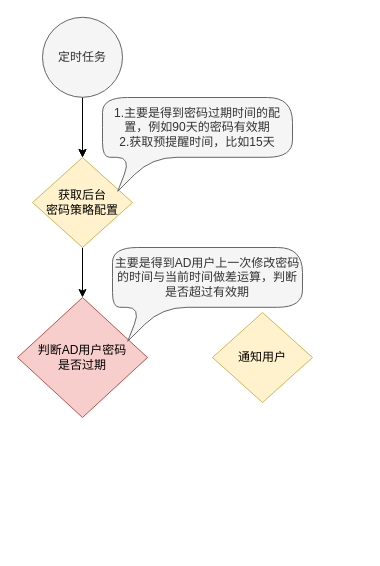
Before: page "temp 的副本" (3 of 6) of typora/test.drawio in LDChing0321/JavaLearn, a draw.io diagram. Source tidied: cells renumbered, new cells numbered last; positions are measured from the earlier drawing's top-left corner, leaving out a move shared by most shapes. Both pictures are drawn from the tidied source at 100%, with x=0, y=0 at pixel (17, 17).
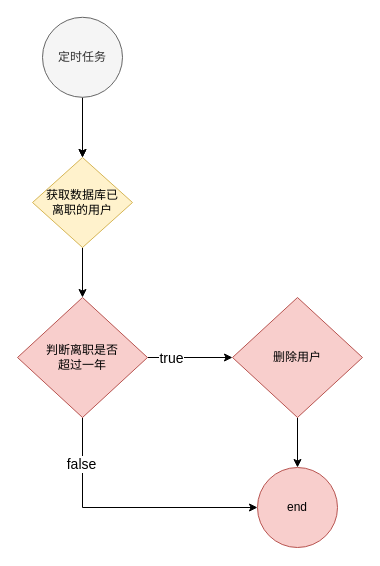
The same diagram, later.

Diff of the diagram source:
```diff
@@
 <mxGraphModel>
   <root>
     <mxCell id="0" />
     <mxCell id="1" parent="0" />
     <mxCell id="2" style="edgeStyle=none;rounded=0;orthogonalLoop=1;jettySize=auto;html=1;" parent="1" edge="1">
       <mxGeometry relative="1" as="geometry">
         <mxPoint x="65" y="83.8" as="sourcePoint" />
         <mxPoint x="65" y="140" as="targetPoint" />
       </mxGeometry>
     </mxCell>
     <mxCell id="3" style="edgeStyle=none;rounded=0;jettySize=auto;html=1;exitX=0.5;exitY=1;exitDx=0;exitDy=0;" parent="1" edge="1" source="4">
       <mxGeometry relative="1" as="geometry">
         <mxPoint x="65" y="140" as="targetPoint" />
       </mxGeometry>
     </mxCell>
     <mxCell id="4" value="定时任务" style="ellipse;whiteSpace=wrap;html=1;fillColor=#f5f5f5;fontColor=#333333;strokeColor=#666666;" parent="1" vertex="1">
       <mxGeometry x="25" y="-0.2" width="80" height="80" as="geometry" />
     </mxCell>
     <mxCell id="5" style="edgeStyle=none;rounded=0;jettySize=auto;html=1;fontSize=14;" parent="1" edge="1" source="6" target="8">
       <mxGeometry relative="1" as="geometry" />
     </mxCell>
-    <mxCell id="6" value="获取后台&lt;br&gt;密码策略配置" style="rhombus;whiteSpace=wrap;html=1;fillColor=#fff2cc;strokeColor=#d6b656;" parent="1" vertex="1">
+    <mxCell id="6" value="获取数据库已&lt;br&gt;离职的用户" style="rhombus;whiteSpace=wrap;html=1;fillColor=#fff2cc;strokeColor=#d6b656;" parent="1" vertex="1">
       <mxGeometry x="15" y="140" width="100" height="90" as="geometry" />
     </mxCell>
-    <mxCell id="7" value="1.主要是得到密码过期时间的配置，例如90天的密码有效期&lt;br&gt;2.获取预提醒时间，比如15天" style="shape=callout;whiteSpace=wrap;html=1;perimeter=calloutPerimeter;position2=0.08;fillColor=#f5f5f5;fontColor=#333333;strokeColor=#666666;size=34;position=0.15;rounded=1;base=21;arcSize=50;" parent="1" vertex="1">
-      <mxGeometry x="85" y="80" width="190" height="93.8" as="geometry" />
-    </mxCell>
+    <mxCell id="11" style="edgeStyle=none;rounded=0;jettySize=auto;html=1;fontSize=14;" parent="1" edge="1" source="8">
+      <mxGeometry relative="1" as="geometry">
+        <mxPoint x="215" y="340" as="targetPoint" />
+      </mxGeometry>
+    </mxCell>
+    <mxCell id="12" value="true" style="edgeLabel;html=1;align=center;verticalAlign=middle;fontSize=14;" parent="11" vertex="1">
+      <mxGeometry x="-0.49" relative="1" as="geometry">
+        <mxPoint x="1" as="offset" />
+      </mxGeometry>
+    </mxCell>
+    <mxCell id="13" style="edgeStyle=orthogonalEdgeStyle;rounded=0;jettySize=auto;html=1;exitX=0.5;exitY=1;exitDx=0;exitDy=0;entryX=0;entryY=0.5;entryDx=0;entryDy=0;fontSize=14;" parent="1" edge="1" source="8" target="17">
+      <mxGeometry relative="1" as="geometry" />
+    </mxCell>
+    <mxCell id="14" value="false" style="edgeLabel;html=1;align=center;verticalAlign=middle;fontSize=14;" parent="13" vertex="1">
+      <mxGeometry x="-0.65" y="-2" relative="1" as="geometry" />
+    </mxCell>
-    <mxCell id="8" value="判断AD用户密码&lt;br&gt;是否过期" style="rhombus;whiteSpace=wrap;html=1;fillColor=#f8cecc;strokeColor=#b85450;" parent="1" vertex="1">
+    <mxCell id="8" value="判断离职是否&lt;br&gt;超过一年" style="rhombus;whiteSpace=wrap;html=1;fillColor=#f8cecc;strokeColor=#b85450;" parent="1" vertex="1">
       <mxGeometry y="280" width="130" height="120" as="geometry" />
     </mxCell>
-    <mxCell id="9" value="主要是得到AD用户上一次修改密码的时间与当前时间做差运算，判断是否超过有效期" style="shape=callout;whiteSpace=wrap;html=1;perimeter=calloutPerimeter;position2=0.08;fillColor=#f5f5f5;fontColor=#333333;strokeColor=#666666;size=34;position=0.15;rounded=1;base=21;arcSize=50;" parent="1" vertex="1">
-      <mxGeometry x="95" y="230" width="190" height="93.8" as="geometry" />
-    </mxCell>
-    <mxCell id="10" value="通知用户&lt;br&gt;" style="rhombus;whiteSpace=wrap;html=1;fillColor=#fff2cc;strokeColor=#d6b656;" parent="1" vertex="1">
-      <mxGeometry x="195" y="295" width="100" height="90" as="geometry" />
-    </mxCell>
+    <mxCell id="15" style="edgeStyle=orthogonalEdgeStyle;rounded=0;jettySize=auto;html=1;fontSize=14;" parent="1" edge="1" source="16" target="17">
+      <mxGeometry relative="1" as="geometry" />
+    </mxCell>
+    <mxCell id="16" value="删除用户" style="rhombus;whiteSpace=wrap;html=1;fillColor=#f8cecc;strokeColor=#b85450;" parent="1" vertex="1">
+      <mxGeometry x="215" y="280" width="130" height="120" as="geometry" />
+    </mxCell>
+    <mxCell id="17" value="end" style="ellipse;whiteSpace=wrap;html=1;fillColor=#f8cecc;strokeColor=#b85450;" parent="1" vertex="1">
+      <mxGeometry x="240" y="450" width="80" height="80" as="geometry" />
+    </mxCell>
   </root>
 </mxGraphModel>
```
